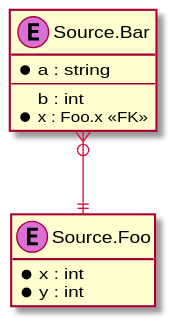
Before: pkg/arrai/out/data_diagram.svg, a diagram exported from PlantUML (anz-bank/sysl).
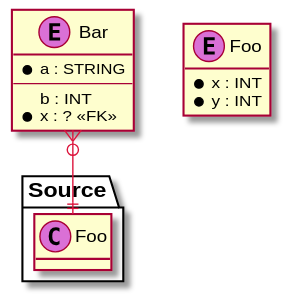
After the commit.

Diff of the diagram source:
```diff
@@ -7,17 +7,17 @@
 skinparam stereotypeCBackgroundColor Orchid
 hide methods
 
-entity Source.Bar {
-  *a : string
+entity Bar {
+  *a : STRING
   --
-  b : int
-  *x : Foo.x <<FK>>
+  b : INT
+  *x : ? <<FK>>
 }
 
-entity Source.Foo {
-  *x : int
-  *y : int
+entity Foo {
+  *x : INT
+  *y : INT
 }
 
-Source.Bar      }o--|| Source.Foo
+Bar             }o--|| Source.Foo
 @enduml
```
